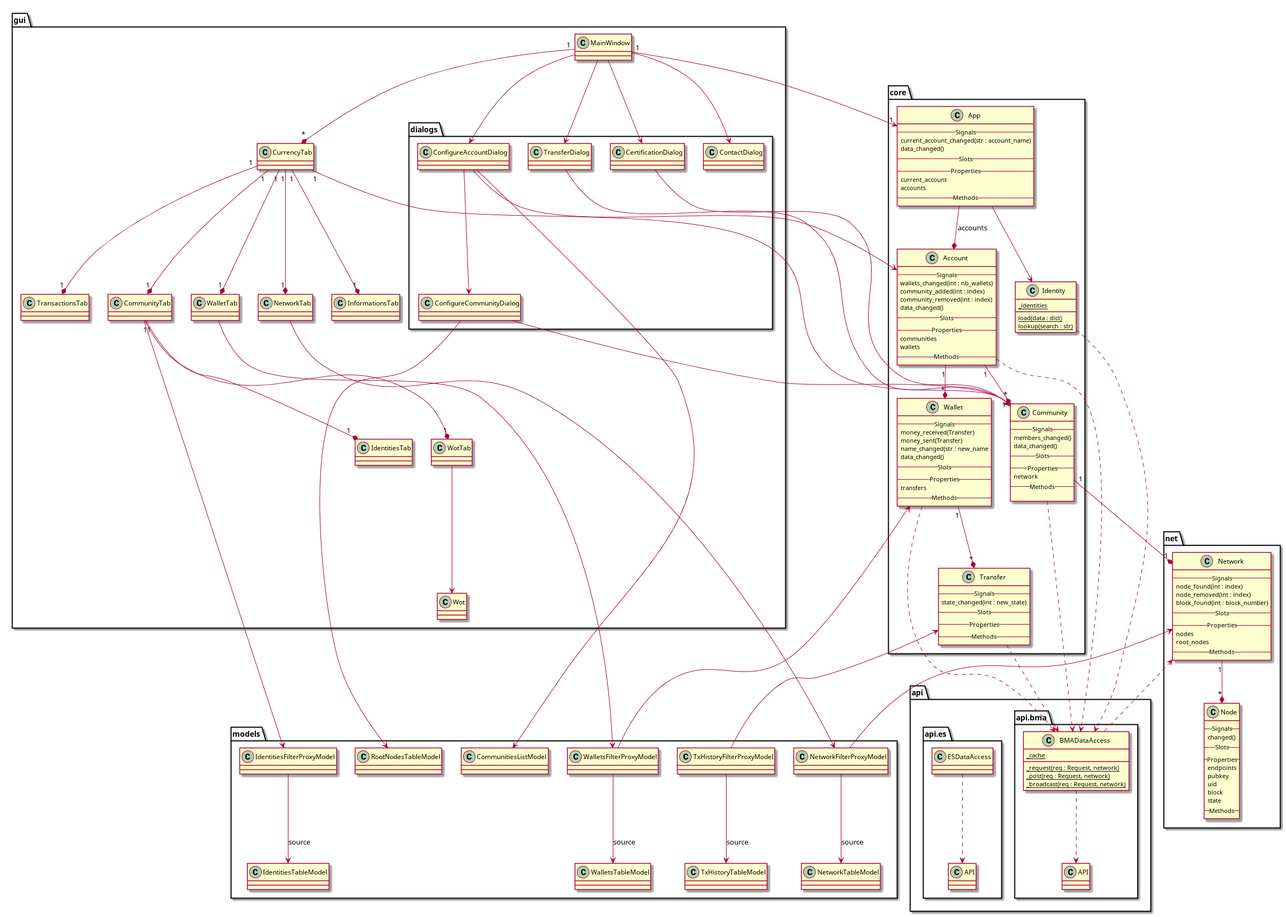
The PlantUML diagram doc/uml/cutecoin.png in duniter/sakia, before a commit.
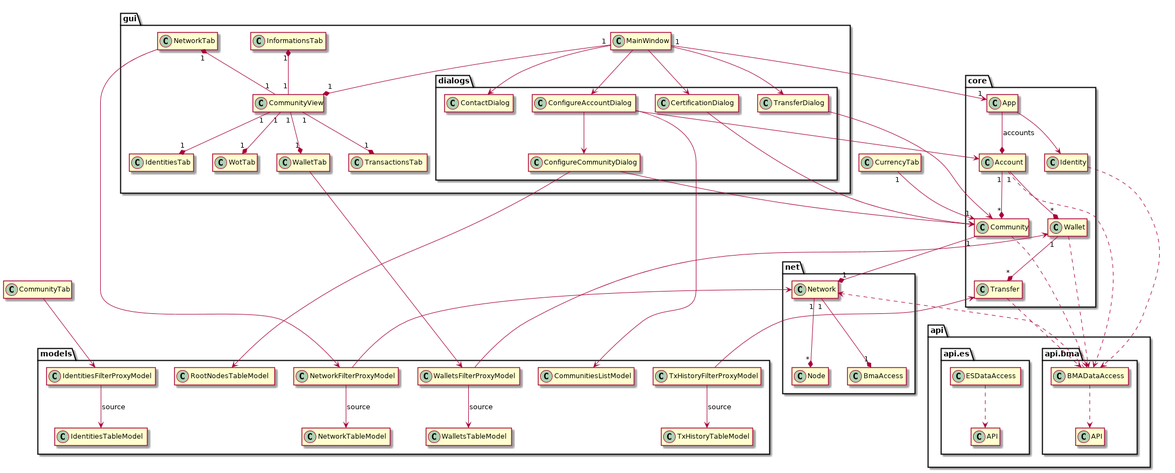
After the commit.

Change to the diagram source:
```diff
@@ -1,5 +1,8 @@
 @startuml
 
+
+hide fields
+hide methods
 
 package core {
 	class App {
@@ -98,26 +101,27 @@
 	-- Methods --
 	}
 
+	Network "1" --* "1" BmaAccess
+
+	class BmaAccess {
+	}
 }
 
 
 package gui {
 		class MainWindow {
 		}
-		MainWindow "1" --* "*" CurrencyTab
+		MainWindow "1" --* "1" CommunityView
 
-		class CurrencyTab {
+		class CommunityView {
 		}
-		CurrencyTab "1" --* "1" CommunityTab
-		CurrencyTab "1" --* "1" WalletTab
-		CurrencyTab "1" --* "1" InformationsTab
-		CurrencyTab "1" --* "1" TransactionsTab
+		CommunityView "1" --* "1" WalletTab
+		CommunityView "1" -down-* "1" InformationsTab
+		CommunityView "1" --* "1" TransactionsTab
+		CommunityView "1" --* "1" IdentitiesTab
+		CommunityView "1" --* "1" WotTab
+		CommunityView "1" -down-* "1" NetworkTab
 
-		class CommunityTab {
-		}
-
-		CommunityTab "1" --* "1" IdentitiesTab
-		CommunityTab "1" --* "1" WotTab
 
 		class WalletTab {
 		}
@@ -130,8 +134,6 @@
 
 		class NetworkTab {
 		}
-
-		CurrencyTab "1" --* "1" NetworkTab
 
 		class IdentitiesTab {
 		}
@@ -151,9 +153,6 @@
 	MainWindow --> ContactDialog
 	MainWindow --> ConfigureAccountDialog
 	ConfigureAccountDialog --> ConfigureCommunityDialog
-
-		class Wot
-		WotTab --> Wot
 }
 
 package models {
```
